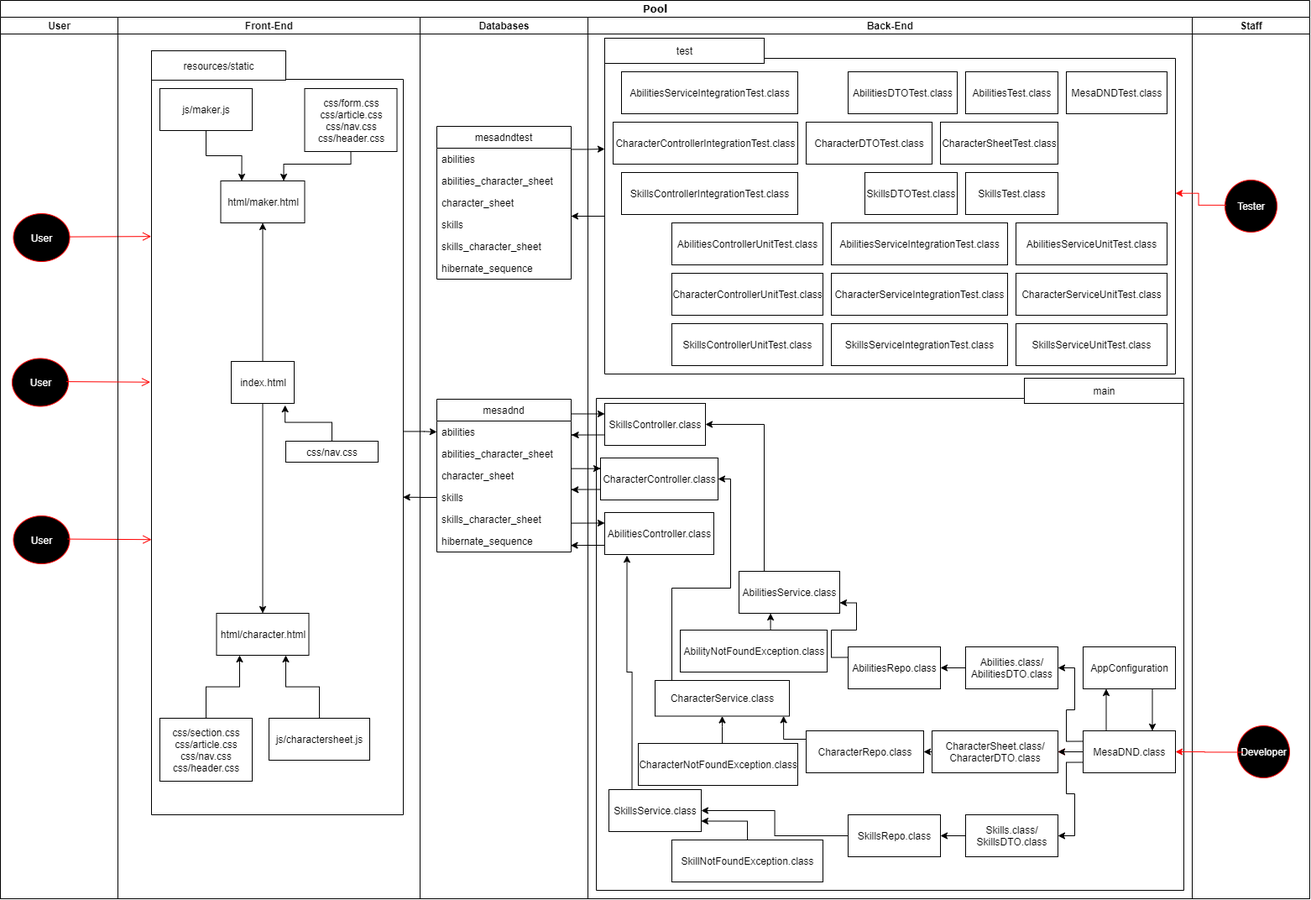
Above: documentation/Mesa UML.png in Christian-QA/redfern-dnd-website (draw.io), before the change. Source tidied: cells renumbered, new cells last; positions are measured from the earlier drawing's top-left corner, leaving out a move shared by most shapes.
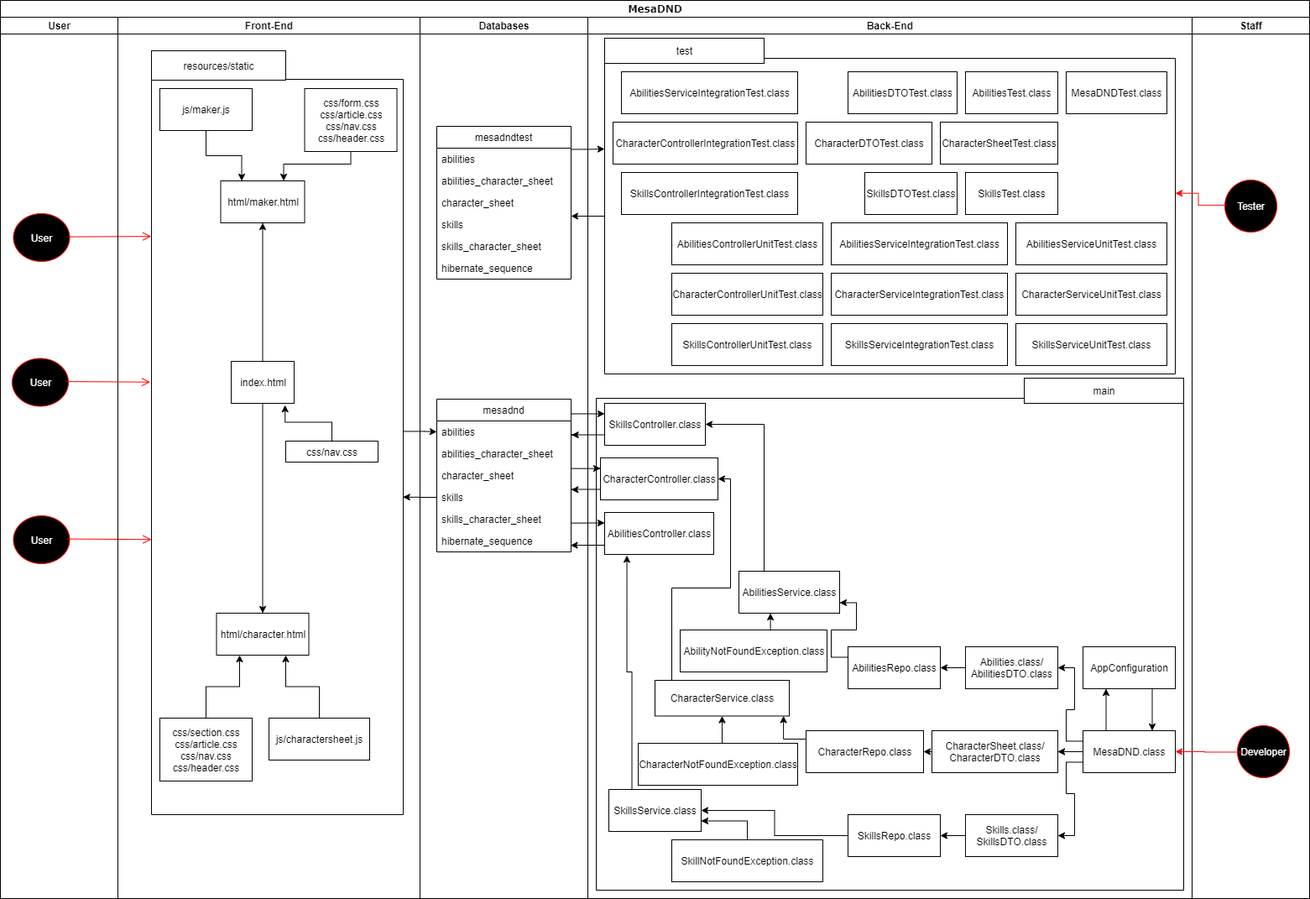
The same diagram one commit later.

Commit message:
Fixed typo in UML

The edit, as a diff of the source:
```diff
@@ -2,7 +2,7 @@
   <root>
     <mxCell id="0" />
     <mxCell id="1" parent="0" />
-    <mxCell id="2" value="Pool" style="swimlane;html=1;startSize=20;rounded=0;shadow=0;comic=0;labelBackgroundColor=none;strokeWidth=1;fontFamily=Verdana;fontSize=12;align=center;flipV=0;flipH=1;" parent="1" vertex="1">
+    <mxCell id="2" value="MesaDND" style="swimlane;html=1;startSize=20;rounded=0;shadow=0;comic=0;labelBackgroundColor=none;strokeWidth=1;fontFamily=Verdana;fontSize=12;align=center;flipV=0;flipH=1;" parent="1" vertex="1">
       <mxGeometry width="1560" height="1070" as="geometry" />
     </mxCell>
     <mxCell id="3" style="html=1;verticalAlign=bottom;endArrow=open;endSize=8;strokeColor=#ff0000;exitX=0.915;exitY=0.486;exitDx=0;exitDy=0;exitPerimeter=0;entryX=-0.001;entryY=0.226;entryDx=0;entryDy=0;entryPerimeter=0;" parent="2" edge="1" source="6" target="10">
```
